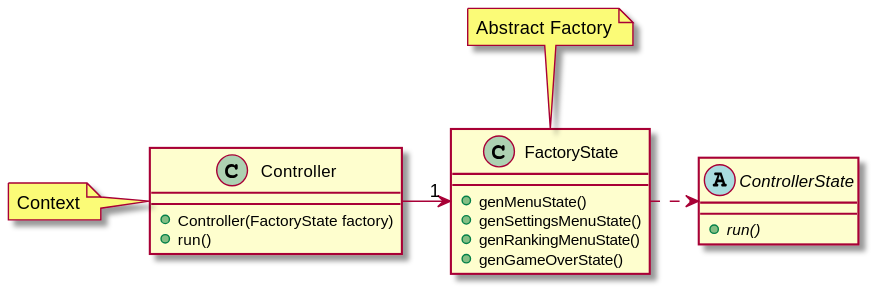
Earlier version of the PlantUML export docs/images/patterns/AbstractFactoryPattern.svg (RuiSoares333/FEUP-LDTS-Project). The source it was exported from:
```plantuml
@startuml

class Controller{
+Controller(FactoryState factory)
+run()
}
class FactoryState{
+genMenuState()
+genSettingsMenuState()
+genRankingMenuState()
+genGameOverState()
}

abstract class ControllerState{
+{abstract}run()
}

FactoryState .r.> ControllerState
Controller -r-> "1" FactoryState



note left of Controller: Context
note top of FactoryState: Abstract Factory
@enduml
```
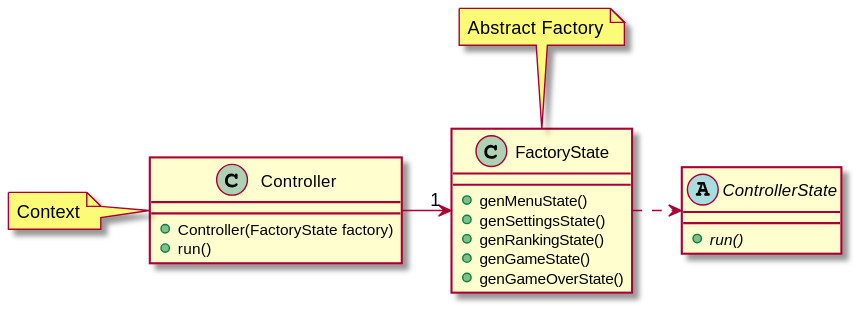
The same file after the commit.

Diff of the diagram source:
```diff
@@ -6,8 +6,9 @@
 }
 class FactoryState{
 +genMenuState()
-+genSettingsMenuState()
-+genRankingMenuState()
++genSettingsState()
++genRankingState()
++genGameState()
 +genGameOverState()
 }
 
```
